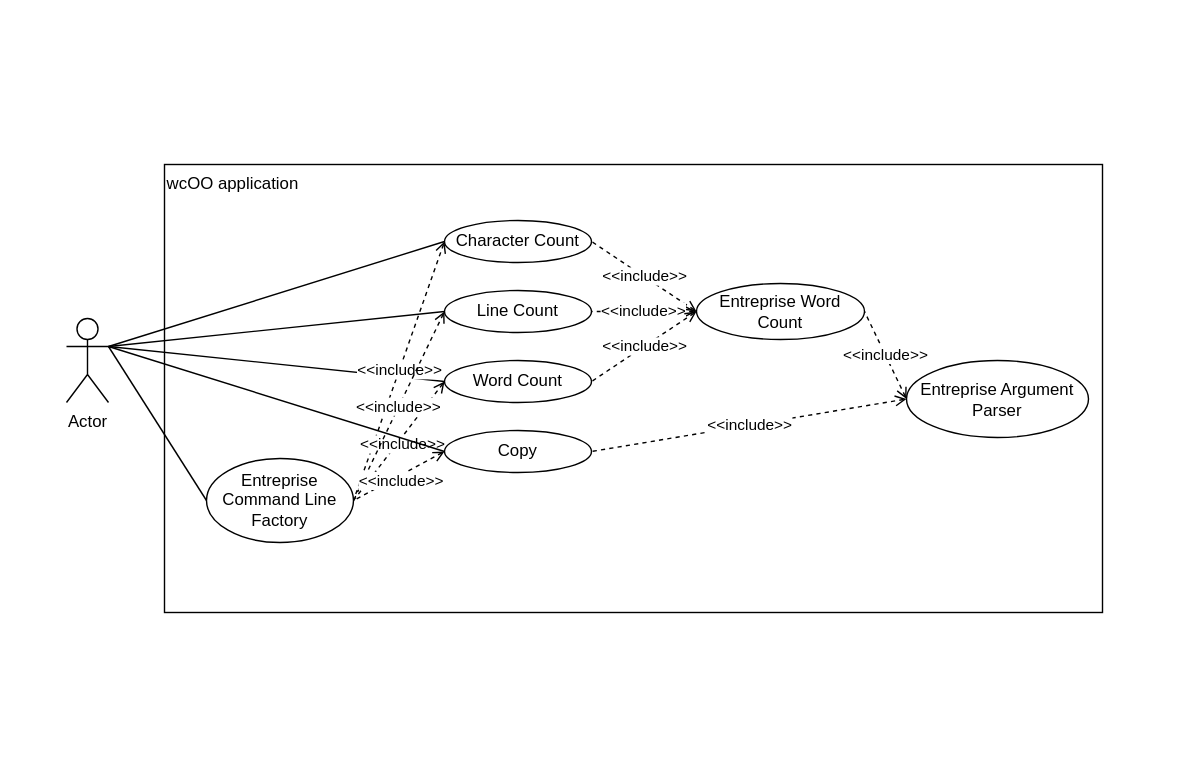
This is page "Use Case Diagram" (1 of 2) of projectA_diagrams.drawio from starcraft66/SOEN341-Fall-2020-ProjectA, a draw.io file, before an edit. Source tidied: cells renumbered, new cells numbered last; positions are measured from the earlier drawing's top-left corner, leaving out a move shared by most shapes. Both pictures are drawn from the tidied source at 140%, with x=0, y=0 at pixel (66, 164).
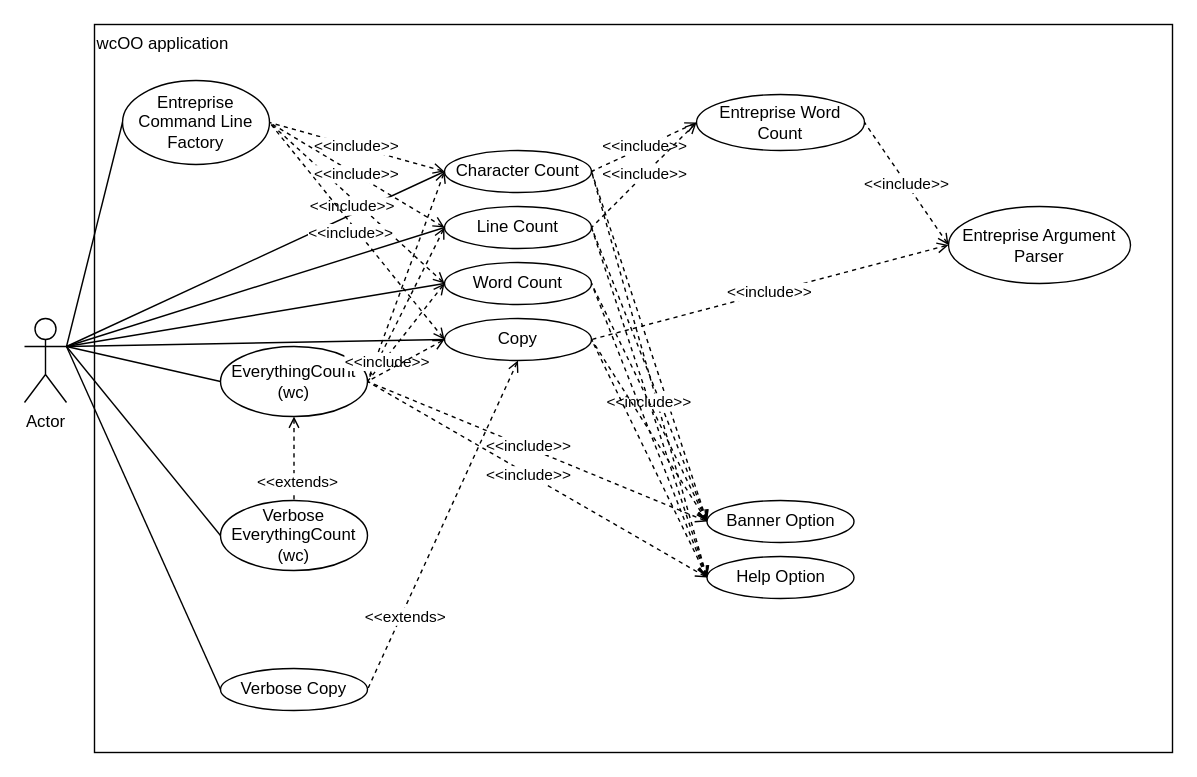
The same diagram, later.

Diff of the diagram source:
```diff
@@
     <mxCell id="2" value="Actor" style="shape=umlActor;verticalLabelPosition=bottom;verticalAlign=top;html=1;" parent="1" vertex="1">
-      <mxGeometry y="110" width="30" height="60" as="geometry" />
+      <mxGeometry x="-30" y="110" width="30" height="60" as="geometry" />
     </mxCell>
     <mxCell id="3" value="wcOO application" style="rounded=0;whiteSpace=wrap;html=1;fillColor=none;align=left;verticalAlign=top;" parent="1" vertex="1">
-      <mxGeometry x="70" width="670" height="320" as="geometry" />
+      <mxGeometry x="20" y="-100" width="770" height="520" as="geometry" />
     </mxCell>
     <mxCell id="4" value="Character Count" style="ellipse;whiteSpace=wrap;html=1;fillColor=none;align=center;" parent="1" vertex="1">
-      <mxGeometry x="270" y="40" width="105" height="30" as="geometry" />
+      <mxGeometry x="270" y="-10" width="105" height="30" as="geometry" />
     </mxCell>
     <mxCell id="5" value="Line Count" style="ellipse;whiteSpace=wrap;html=1;fillColor=none;align=center;" parent="1" vertex="1">
-      <mxGeometry x="270" y="90" width="105" height="30" as="geometry" />
+      <mxGeometry x="270" y="30" width="105" height="30" as="geometry" />
     </mxCell>
     <mxCell id="6" value="Word Count" style="ellipse;whiteSpace=wrap;html=1;fillColor=none;align=center;" parent="1" vertex="1">
-      <mxGeometry x="270" y="140" width="105" height="30" as="geometry" />
+      <mxGeometry x="270" y="70" width="105" height="30" as="geometry" />
     </mxCell>
     <mxCell id="7" value="Entreprise Command Line Factory" style="ellipse;whiteSpace=wrap;html=1;fillColor=none;align=center;" parent="1" vertex="1">
-      <mxGeometry x="100" y="210" width="105" height="60" as="geometry" />
+      <mxGeometry x="40" y="-60" width="105" height="60" as="geometry" />
     </mxCell>
@@
-    <mxCell id="11" style="endArrow=none;html=1;entryX=0;entryY=0.5;entryDx=0;entryDy=0;" parent="1" edge="1" target="5">
-      <mxGeometry relative="1" as="geometry">
-        <mxPoint x="30" y="130" as="sourcePoint" />
-      </mxGeometry>
+    <mxCell id="11" style="endArrow=none;html=1;entryX=0;entryY=0.5;entryDx=0;entryDy=0;exitX=1;exitY=0.3333333333333333;exitDx=0;exitDy=0;exitPerimeter=0;" parent="1" edge="1" source="2" target="5">
+      <mxGeometry relative="1" as="geometry" />
     </mxCell>
@@
     <mxCell id="15" value="Copy" style="ellipse;whiteSpace=wrap;html=1;fillColor=none;align=center;" parent="1" vertex="1">
-      <mxGeometry x="270" y="190" width="105" height="30" as="geometry" />
+      <mxGeometry x="270" y="110" width="105" height="30" as="geometry" />
     </mxCell>
@@
     <mxCell id="18" value="Entreprise Word Count" style="ellipse;whiteSpace=wrap;html=1;fillColor=none;align=center;" parent="1" vertex="1">
-      <mxGeometry x="450" y="85" width="120" height="40" as="geometry" />
+      <mxGeometry x="450" y="-50" width="120" height="40" as="geometry" />
     </mxCell>
@@
-    <mxCell id="21" value="&amp;lt;&amp;lt;include&amp;gt;&amp;gt;" style="endArrow=none;dashed=1;html=1;startArrow=open;startFill=0;entryX=1;entryY=0.5;entryDx=0;entryDy=0;exitX=0;exitY=0.5;exitDx=0;exitDy=0;" parent="1" edge="1" source="18" target="6">
-      <mxGeometry relative="1" as="geometry" />
-    </mxCell>
     <mxCell id="22" value="Entreprise Argument Parser" style="ellipse;whiteSpace=wrap;html=1;fillColor=none;align=center;" parent="1" vertex="1">
-      <mxGeometry x="600" y="140" width="130" height="55" as="geometry" />
+      <mxGeometry x="630" y="30" width="130" height="55" as="geometry" />
     </mxCell>
@@
+    <mxCell id="25" value="Help Option" style="ellipse;whiteSpace=wrap;html=1;fillColor=none;align=center;" parent="1" vertex="1">
+      <mxGeometry x="457.5" y="280" width="105" height="30" as="geometry" />
+    </mxCell>
+    <mxCell id="26" value="Banner Option" style="ellipse;whiteSpace=wrap;html=1;fillColor=none;align=center;" parent="1" vertex="1">
+      <mxGeometry x="457.5" y="240" width="105" height="30" as="geometry" />
+    </mxCell>
+    <mxCell id="27" style="endArrow=none;dashed=1;html=1;startArrow=open;startFill=0;entryX=1;entryY=0.5;entryDx=0;entryDy=0;exitX=0;exitY=0.5;exitDx=0;exitDy=0;" parent="1" edge="1" source="26" target="4">
+      <mxGeometry relative="1" as="geometry" />
+    </mxCell>
+    <mxCell id="28" style="endArrow=none;dashed=1;html=1;startArrow=open;startFill=0;entryX=1;entryY=0.5;entryDx=0;entryDy=0;exitX=0;exitY=0.5;exitDx=0;exitDy=0;" parent="1" edge="1" source="25" target="4">
+      <mxGeometry relative="1" as="geometry" />
+    </mxCell>
+    <mxCell id="29" value="EverythingCount (wc)" style="ellipse;whiteSpace=wrap;html=1;fillColor=none;align=center;" parent="1" vertex="1">
+      <mxGeometry x="110" y="130" width="105" height="50" as="geometry" />
+    </mxCell>
+    <mxCell id="30" style="endArrow=none;dashed=1;html=1;startArrow=open;startFill=0;entryX=1;entryY=0.5;entryDx=0;entryDy=0;exitX=0;exitY=0.5;exitDx=0;exitDy=0;" parent="1" edge="1" source="4" target="29">
+      <mxGeometry x="0.54" y="2" relative="1" as="geometry">
+        <mxPoint y="1" as="offset" />
+      </mxGeometry>
+    </mxCell>
+    <mxCell id="31" style="endArrow=none;dashed=1;html=1;startArrow=open;startFill=0;entryX=1;entryY=0.5;entryDx=0;entryDy=0;exitX=0;exitY=0.5;exitDx=0;exitDy=0;" parent="1" edge="1" source="5" target="29">
+      <mxGeometry x="0.54" y="2" relative="1" as="geometry">
+        <mxPoint y="1" as="offset" />
+      </mxGeometry>
+    </mxCell>
+    <mxCell id="32" value="&amp;lt;&amp;lt;include&amp;gt;&amp;gt;" style="endArrow=none;dashed=1;html=1;startArrow=open;startFill=0;entryX=1;entryY=0.5;entryDx=0;entryDy=0;exitX=0;exitY=0.5;exitDx=0;exitDy=0;" parent="1" edge="1" source="6" target="29">
+      <mxGeometry x="0.54" y="2" relative="1" as="geometry">
+        <mxPoint y="1" as="offset" />
+      </mxGeometry>
+    </mxCell>
+    <mxCell id="33" style="endArrow=none;dashed=1;html=1;startArrow=open;startFill=0;entryX=1;entryY=0.5;entryDx=0;entryDy=0;exitX=0;exitY=0.5;exitDx=0;exitDy=0;" parent="1" edge="1" source="15" target="29">
+      <mxGeometry x="0.54" y="2" relative="1" as="geometry">
+        <mxPoint y="1" as="offset" />
+      </mxGeometry>
+    </mxCell>
+    <mxCell id="34" style="endArrow=none;html=1;exitX=1;exitY=0.3333333333333333;exitDx=0;exitDy=0;exitPerimeter=0;entryX=0;entryY=0.5;entryDx=0;entryDy=0;" parent="1" edge="1" source="2" target="29">
+      <mxGeometry relative="1" as="geometry" />
+    </mxCell>
+    <mxCell id="35" style="endArrow=none;dashed=1;html=1;startArrow=open;startFill=0;entryX=1;entryY=0.5;entryDx=0;entryDy=0;exitX=0;exitY=0.5;exitDx=0;exitDy=0;" parent="1" edge="1" source="26" target="5">
+      <mxGeometry relative="1" as="geometry" />
+    </mxCell>
+    <mxCell id="36" value="&amp;lt;&amp;lt;include&amp;gt;&amp;gt;" style="endArrow=none;dashed=1;html=1;startArrow=open;startFill=0;entryX=1;entryY=0.5;entryDx=0;entryDy=0;exitX=0;exitY=0.5;exitDx=0;exitDy=0;" parent="1" edge="1" source="25" target="5">
+      <mxGeometry relative="1" as="geometry" />
+    </mxCell>
+    <mxCell id="37" style="endArrow=none;dashed=1;html=1;startArrow=open;startFill=0;entryX=1;entryY=0.5;entryDx=0;entryDy=0;exitX=0;exitY=0.5;exitDx=0;exitDy=0;" parent="1" edge="1" source="26" target="6">
+      <mxGeometry relative="1" as="geometry" />
+    </mxCell>
+    <mxCell id="38" style="endArrow=none;dashed=1;html=1;startArrow=open;startFill=0;entryX=1;entryY=0.5;entryDx=0;entryDy=0;exitX=0;exitY=0.5;exitDx=0;exitDy=0;" parent="1" edge="1" source="25" target="6">
+      <mxGeometry relative="1" as="geometry" />
+    </mxCell>
+    <mxCell id="39" style="endArrow=none;dashed=1;html=1;startArrow=open;startFill=0;entryX=1;entryY=0.5;entryDx=0;entryDy=0;exitX=0;exitY=0.5;exitDx=0;exitDy=0;" parent="1" edge="1" source="26" target="15">
+      <mxGeometry relative="1" as="geometry" />
+    </mxCell>
+    <mxCell id="40" style="endArrow=none;dashed=1;html=1;startArrow=open;startFill=0;entryX=1;entryY=0.5;entryDx=0;entryDy=0;exitX=0;exitY=0.5;exitDx=0;exitDy=0;" parent="1" edge="1" source="25" target="15">
+      <mxGeometry relative="1" as="geometry" />
+    </mxCell>
+    <mxCell id="41" value="&amp;lt;&amp;lt;extends&amp;gt;" style="endArrow=none;dashed=1;html=1;startArrow=open;startFill=0;entryX=0.5;entryY=0;entryDx=0;entryDy=0;exitX=0.5;exitY=1;exitDx=0;exitDy=0;" parent="1" edge="1" source="29" target="46">
+      <mxGeometry x="0.54" y="2" relative="1" as="geometry">
+        <mxPoint y="1" as="offset" />
+      </mxGeometry>
+    </mxCell>
+    <mxCell id="42" value="Verbose Copy" style="ellipse;whiteSpace=wrap;html=1;fillColor=none;align=center;" parent="1" vertex="1">
+      <mxGeometry x="110" y="360" width="105" height="30" as="geometry" />
+    </mxCell>
+    <mxCell id="43" value="&amp;lt;&amp;lt;extends&amp;gt;" style="endArrow=none;dashed=1;html=1;startArrow=open;startFill=0;entryX=1;entryY=0.5;entryDx=0;entryDy=0;exitX=0.5;exitY=1;exitDx=0;exitDy=0;" parent="1" edge="1" source="15" target="42">
+      <mxGeometry x="0.54" y="2" relative="1" as="geometry">
+        <mxPoint y="1" as="offset" />
+      </mxGeometry>
+    </mxCell>
+    <mxCell id="44" style="endArrow=none;html=1;exitX=1;exitY=0.3333333333333333;exitDx=0;exitDy=0;exitPerimeter=0;entryX=0;entryY=0.5;entryDx=0;entryDy=0;" parent="1" edge="1" source="2" target="46">
+      <mxGeometry relative="1" as="geometry" />
+    </mxCell>
+    <mxCell id="45" style="endArrow=none;html=1;exitX=1;exitY=0.3333333333333333;exitDx=0;exitDy=0;exitPerimeter=0;entryX=0;entryY=0.5;entryDx=0;entryDy=0;" parent="1" edge="1" source="2" target="42">
+      <mxGeometry relative="1" as="geometry" />
+    </mxCell>
+    <mxCell id="46" value="Verbose EverythingCount (wc)" style="ellipse;whiteSpace=wrap;html=1;fillColor=none;align=center;" parent="1" vertex="1">
+      <mxGeometry x="110" y="240" width="105" height="50" as="geometry" />
+    </mxCell>
+    <mxCell id="47" value="&amp;lt;&amp;lt;include&amp;gt;&amp;gt;" style="endArrow=none;dashed=1;html=1;startArrow=open;startFill=0;entryX=1;entryY=0.5;entryDx=0;entryDy=0;exitX=0;exitY=0.5;exitDx=0;exitDy=0;" parent="1" edge="1" source="26" target="29">
+      <mxGeometry x="0.05" y="-1" relative="1" as="geometry" />
+    </mxCell>
+    <mxCell id="48" value="&amp;lt;&amp;lt;include&amp;gt;&amp;gt;" style="endArrow=none;dashed=1;html=1;startArrow=open;startFill=0;entryX=1;entryY=0.5;entryDx=0;entryDy=0;exitX=0;exitY=0.5;exitDx=0;exitDy=0;" parent="1" edge="1" source="25" target="29">
+      <mxGeometry x="0.05" relative="1" as="geometry" />
+    </mxCell>
```
